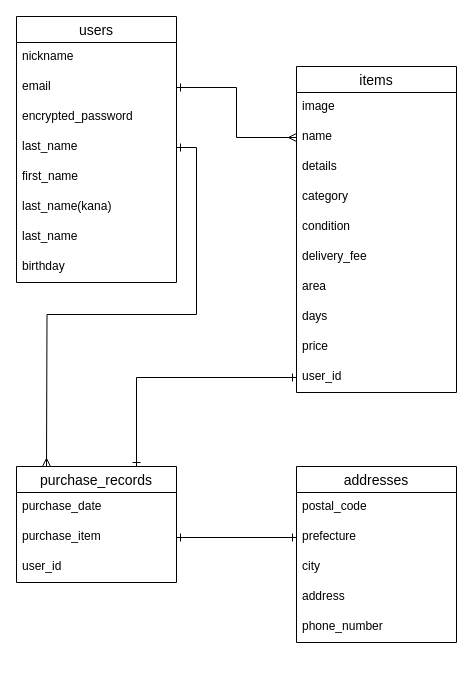
Above: ER.dio in ijapamen/furima-29110 (draw.io), before the change. Source tidied: cells renumbered, new cells numbered last; positions are measured from the earlier drawing's top-left corner, leaving out a move shared by most shapes. Both pictures are drawn from the tidied source at 100%, with x=0, y=0 at pixel (16, 16).
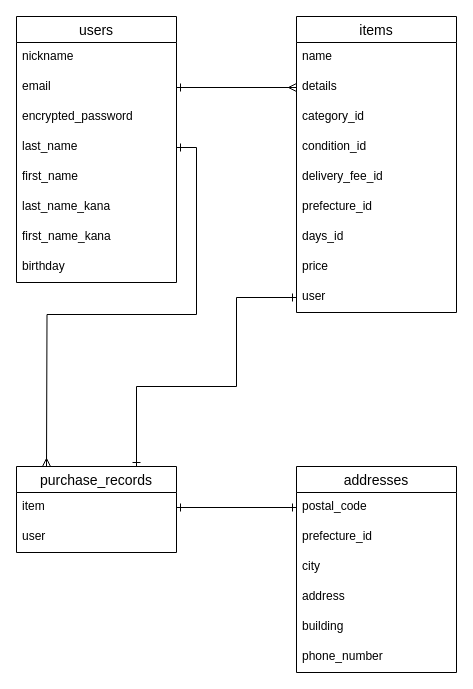
Above is the later version.

The change refers to these unchanged cells:
```xml
<mxCell id="18" value="postal_code" style="text;strokeColor=none;fillColor=none;spacingLeft=4;spacingRight=4;overflow=hidden;points=[[0,0.5],[1,0.5]];portConstraint=eastwest;fontSize=12;" parent="17" vertex="1">
  <mxGeometry y="26" width="160" height="30" as="geometry" />
</mxCell>
<mxCell id="27" value="users" style="swimlane;fontStyle=0;horizontal=1;startSize=26;align=center;fontSize=14;" parent="1" vertex="1">
  <mxGeometry width="160" height="266" as="geometry" />
</mxCell>
<mxCell id="29" value="email" style="text;strokeColor=none;fillColor=none;spacingLeft=4;spacingRight=4;overflow=hidden;points=[[0,0.5],[1,0.5]];portConstraint=eastwest;fontSize=12;" parent="27" vertex="1">
  <mxGeometry y="56" width="160" height="30" as="geometry" />
</mxCell>
```

The edit, as a diff of the source:
```diff
@@
     <mxCell id="2" value="items" style="swimlane;fontStyle=0;horizontal=1;startSize=26;align=center;fontSize=14;" parent="1" vertex="1">
-      <mxGeometry x="280" y="50" width="160" height="326" as="geometry" />
+      <mxGeometry x="280" width="160" height="296" as="geometry" />
     </mxCell>
-    <mxCell id="3" value="image" style="text;strokeColor=none;fillColor=none;spacingLeft=4;spacingRight=4;overflow=hidden;fontSize=12;" parent="2" vertex="1">
-      <mxGeometry y="26" width="160" height="30" as="geometry" />
-    </mxCell>
     <mxCell id="4" value="name" style="text;strokeColor=none;fillColor=none;spacingLeft=4;spacingRight=4;overflow=hidden;points=[[0,0.5],[1,0.5]];portConstraint=eastwest;fontSize=12;" parent="2" vertex="1">
-      <mxGeometry y="56" width="160" height="30" as="geometry" />
+      <mxGeometry y="26" width="160" height="30" as="geometry" />
     </mxCell>
     <mxCell id="5" value="details" style="text;strokeColor=none;fillColor=none;spacingLeft=4;spacingRight=4;overflow=hidden;points=[[0,0.5],[1,0.5]];portConstraint=eastwest;fontSize=12;" parent="2" vertex="1">
-      <mxGeometry y="86" width="160" height="30" as="geometry" />
+      <mxGeometry y="56" width="160" height="30" as="geometry" />
     </mxCell>
-    <mxCell id="6" value="category" style="text;strokeColor=none;fillColor=none;spacingLeft=4;spacingRight=4;overflow=hidden;fontSize=12;" parent="2" vertex="1">
-      <mxGeometry y="116" width="160" height="30" as="geometry" />
+    <mxCell id="6" value="category_id" style="text;strokeColor=none;fillColor=none;spacingLeft=4;spacingRight=4;overflow=hidden;fontSize=12;" parent="2" vertex="1">
+      <mxGeometry y="86" width="160" height="30" as="geometry" />
     </mxCell>
-    <mxCell id="7" value="condition" style="text;strokeColor=none;fillColor=none;spacingLeft=4;spacingRight=4;overflow=hidden;fontSize=12;" parent="2" vertex="1">
-      <mxGeometry y="146" width="160" height="30" as="geometry" />
+    <mxCell id="7" value="condition_id" style="text;strokeColor=none;fillColor=none;spacingLeft=4;spacingRight=4;overflow=hidden;fontSize=12;" parent="2" vertex="1">
+      <mxGeometry y="116" width="160" height="30" as="geometry" />
     </mxCell>
-    <mxCell id="8" value="delivery_fee" style="text;strokeColor=none;fillColor=none;spacingLeft=4;spacingRight=4;overflow=hidden;fontSize=12;" parent="2" vertex="1">
-      <mxGeometry y="176" width="160" height="30" as="geometry" />
+    <mxCell id="8" value="delivery_fee_id" style="text;strokeColor=none;fillColor=none;spacingLeft=4;spacingRight=4;overflow=hidden;fontSize=12;" parent="2" vertex="1">
+      <mxGeometry y="146" width="160" height="30" as="geometry" />
     </mxCell>
-    <mxCell id="9" value="area" style="text;strokeColor=none;fillColor=none;spacingLeft=4;spacingRight=4;overflow=hidden;fontSize=12;" parent="2" vertex="1">
-      <mxGeometry y="206" width="160" height="30" as="geometry" />
+    <mxCell id="9" value="prefecture_id" style="text;strokeColor=none;fillColor=none;spacingLeft=4;spacingRight=4;overflow=hidden;fontSize=12;" parent="2" vertex="1">
+      <mxGeometry y="176" width="160" height="30" as="geometry" />
     </mxCell>
-    <mxCell id="10" value="days" style="text;strokeColor=none;fillColor=none;spacingLeft=4;spacingRight=4;overflow=hidden;fontSize=12;" parent="2" vertex="1">
-      <mxGeometry y="236" width="160" height="30" as="geometry" />
+    <mxCell id="10" value="days_id" style="text;strokeColor=none;fillColor=none;spacingLeft=4;spacingRight=4;overflow=hidden;fontSize=12;" parent="2" vertex="1">
+      <mxGeometry y="206" width="160" height="30" as="geometry" />
     </mxCell>
     <mxCell id="11" value="price" style="text;strokeColor=none;fillColor=none;spacingLeft=4;spacingRight=4;overflow=hidden;fontSize=12;" parent="2" vertex="1">
-      <mxGeometry y="266" width="160" height="30" as="geometry" />
+      <mxGeometry y="236" width="160" height="30" as="geometry" />
     </mxCell>
-    <mxCell id="12" value="user_id" style="text;strokeColor=none;fillColor=none;spacingLeft=4;spacingRight=4;overflow=hidden;points=[[0,0.5],[1,0.5]];portConstraint=eastwest;fontSize=12;" parent="2" vertex="1">
-      <mxGeometry y="296" width="160" height="30" as="geometry" />
+    <mxCell id="12" value="user" style="text;strokeColor=none;fillColor=none;spacingLeft=4;spacingRight=4;overflow=hidden;points=[[0,0.5],[1,0.5]];portConstraint=eastwest;fontSize=12;" parent="2" vertex="1">
+      <mxGeometry y="266" width="160" height="30" as="geometry" />
     </mxCell>
-    <mxCell id="13" value="purchase_records" style="swimlane;fontStyle=0;horizontal=1;startSize=26;align=center;fontSize=14;" parent="1" vertex="1">
-      <mxGeometry y="450" width="160" height="116" as="geometry" />
-    </mxCell>
-    <mxCell id="14" value="purchase_date" style="text;strokeColor=none;fillColor=none;spacingLeft=4;spacingRight=4;overflow=hidden;fontSize=12;" parent="13" vertex="1">
-      <mxGeometry y="26" width="160" height="30" as="geometry" />
-    </mxCell>
-    <mxCell id="15" value="purchase_item" style="text;strokeColor=none;fillColor=none;spacingLeft=4;spacingRight=4;overflow=hidden;points=[[0,0.5],[1,0.5]];portConstraint=eastwest;fontSize=12;" parent="13" vertex="1">
-      <mxGeometry y="56" width="160" height="30" as="geometry" />
-    </mxCell>
-    <mxCell id="16" value="user_id" style="text;strokeColor=none;fillColor=none;spacingLeft=4;spacingRight=4;overflow=hidden;fontSize=12;" parent="13" vertex="1">
-      <mxGeometry y="86" width="160" height="30" as="geometry" />
-    </mxCell>
     <mxCell id="17" value="addresses" style="swimlane;fontStyle=0;horizontal=1;startSize=26;align=center;fontSize=14;" parent="1" vertex="1">
-      <mxGeometry x="280" y="450" width="160" height="176" as="geometry" />
+      <mxGeometry x="280" y="450" width="160" height="206" as="geometry" />
     </mxCell>
@@
-    <mxCell id="19" value="prefecture" style="text;strokeColor=none;fillColor=none;spacingLeft=4;spacingRight=4;overflow=hidden;points=[[0,0.5],[1,0.5]];portConstraint=eastwest;fontSize=12;" parent="17" vertex="1">
+    <mxCell id="19" value="prefecture_id" style="text;strokeColor=none;fillColor=none;spacingLeft=4;spacingRight=4;overflow=hidden;points=[[0,0.5],[1,0.5]];portConstraint=eastwest;fontSize=12;" parent="17" vertex="1">
       <mxGeometry y="56" width="160" height="30" as="geometry" />
     </mxCell>
@@
+    <mxCell id="36" value="building" style="text;strokeColor=none;fillColor=none;spacingLeft=4;spacingRight=4;overflow=hidden;fontSize=12;" parent="17" vertex="1">
+      <mxGeometry y="146" width="160" height="30" as="geometry" />
+    </mxCell>
     <mxCell id="22" value="phone_number" style="text;strokeColor=none;fillColor=none;spacingLeft=4;spacingRight=4;overflow=hidden;fontSize=12;" parent="17" vertex="1">
-      <mxGeometry y="146" width="160" height="30" as="geometry" />
+      <mxGeometry y="176" width="160" height="30" as="geometry" />
     </mxCell>
     <mxCell id="23" style="edgeStyle=orthogonalEdgeStyle;rounded=0;jettySize=auto;html=1;exitX=0;exitY=0.5;exitDx=0;exitDy=0;entryX=0.75;entryY=0;entryDx=0;entryDy=0;startArrow=ERone;startFill=0;endArrow=ERone;endFill=0;strokeWidth=1;" parent="1" edge="1" source="12" target="13">
-      <mxGeometry relative="1" as="geometry" />
+      <mxGeometry relative="1" as="geometry">
+        <Array as="points">
+          <mxPoint x="220" y="281" />
+          <mxPoint x="220" y="370" />
+          <mxPoint x="120" y="370" />
+        </Array>
+      </mxGeometry>
     </mxCell>
-    <mxCell id="24" style="edgeStyle=orthogonalEdgeStyle;rounded=0;jettySize=auto;html=1;exitX=1;exitY=0.5;exitDx=0;exitDy=0;entryX=0;entryY=0.5;entryDx=0;entryDy=0;startArrow=ERone;startFill=0;endArrow=ERone;endFill=0;strokeWidth=1;" parent="1" edge="1" source="15" target="19">
+    <mxCell id="24" style="edgeStyle=orthogonalEdgeStyle;rounded=0;jettySize=auto;html=1;exitX=1;exitY=0.5;exitDx=0;exitDy=0;entryX=0;entryY=0.5;entryDx=0;entryDy=0;startArrow=ERone;startFill=0;endArrow=ERone;endFill=0;strokeWidth=1;" parent="1" edge="1" source="15" target="18">
       <mxGeometry relative="1" as="geometry" />
     </mxCell>
@@
-    <mxCell id="26" style="edgeStyle=orthogonalEdgeStyle;rounded=0;jettySize=auto;html=1;exitX=1;exitY=0.5;exitDx=0;exitDy=0;entryX=0;entryY=0.5;entryDx=0;entryDy=0;startArrow=ERone;startFill=0;endArrow=ERmany;endFill=0;strokeWidth=1;" parent="1" edge="1" source="29" target="4">
+    <mxCell id="26" style="edgeStyle=orthogonalEdgeStyle;rounded=0;jettySize=auto;html=1;exitX=1;exitY=0.5;exitDx=0;exitDy=0;entryX=0;entryY=0.5;entryDx=0;entryDy=0;startArrow=ERone;startFill=0;endArrow=ERmany;endFill=0;strokeWidth=1;" parent="1" edge="1" source="29" target="5">
       <mxGeometry relative="1" as="geometry" />
     </mxCell>
@@
-    <mxCell id="33" value="last_name(kana)" style="text;strokeColor=none;fillColor=none;spacingLeft=4;spacingRight=4;overflow=hidden;fontSize=12;" parent="27" vertex="1">
+    <mxCell id="33" value="last_name_kana" style="text;strokeColor=none;fillColor=none;spacingLeft=4;spacingRight=4;overflow=hidden;fontSize=12;" parent="27" vertex="1">
       <mxGeometry y="176" width="160" height="30" as="geometry" />
     </mxCell>
-    <mxCell id="34" value="last_name" style="text;strokeColor=none;fillColor=none;spacingLeft=4;spacingRight=4;overflow=hidden;fontSize=12;" parent="27" vertex="1">
+    <mxCell id="34" value="first_name_kana" style="text;strokeColor=none;fillColor=none;spacingLeft=4;spacingRight=4;overflow=hidden;fontSize=12;" parent="27" vertex="1">
       <mxGeometry y="206" width="160" height="30" as="geometry" />
     </mxCell>
@@
+    <mxCell id="13" value="purchase_records" style="swimlane;fontStyle=0;horizontal=1;startSize=26;align=center;fontSize=14;" parent="1" vertex="1">
+      <mxGeometry y="450" width="160" height="86" as="geometry" />
+    </mxCell>
+    <mxCell id="15" value="item" style="text;strokeColor=none;fillColor=none;spacingLeft=4;spacingRight=4;overflow=hidden;points=[[0,0.5],[1,0.5]];portConstraint=eastwest;fontSize=12;" parent="13" vertex="1">
+      <mxGeometry y="26" width="160" height="30" as="geometry" />
+    </mxCell>
+    <mxCell id="16" value="user" style="text;strokeColor=none;fillColor=none;spacingLeft=4;spacingRight=4;overflow=hidden;fontSize=12;" parent="13" vertex="1">
+      <mxGeometry y="56" width="160" height="30" as="geometry" />
+    </mxCell>
```
